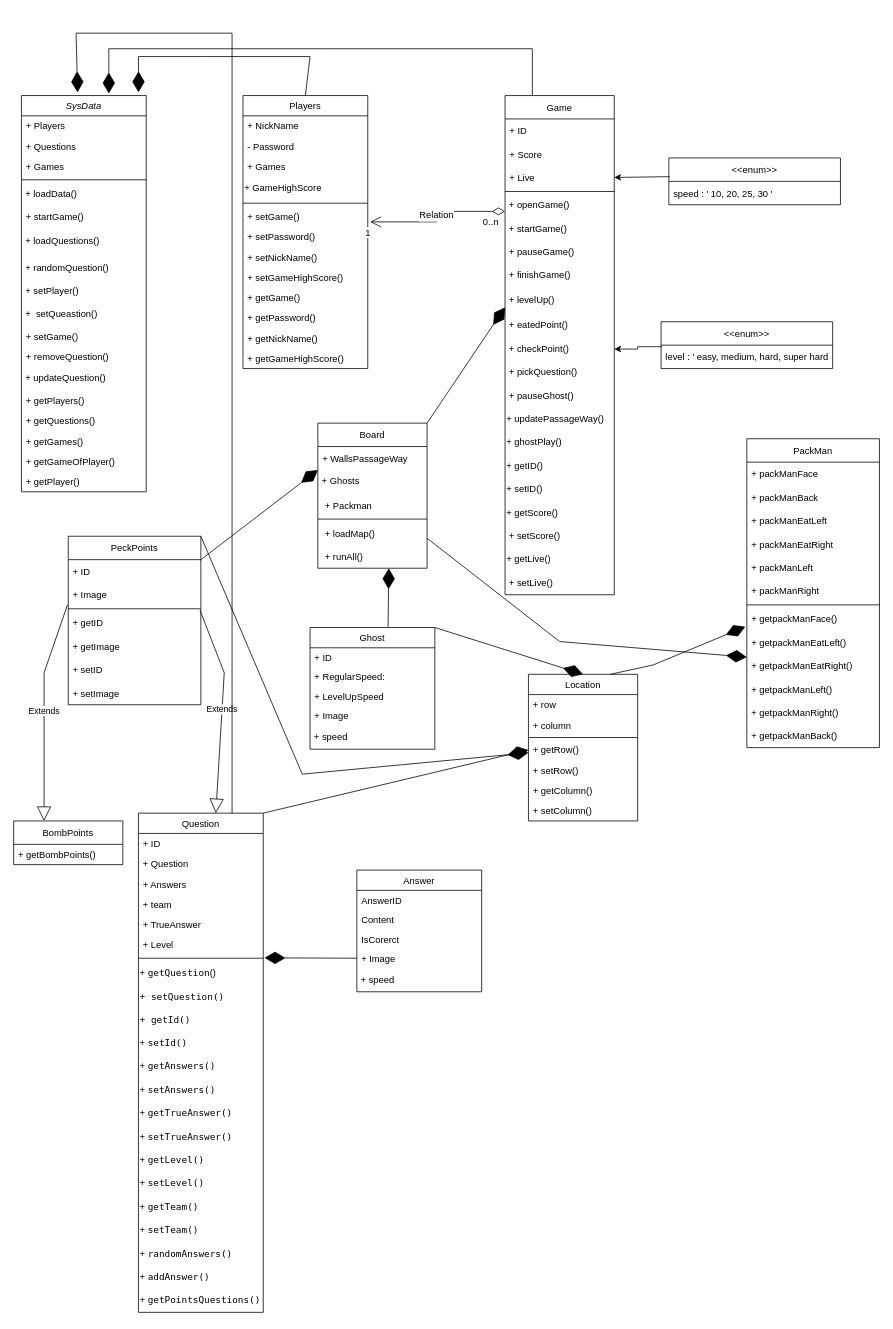
Earlier version of the draw.io diagram Untitled Diagram.drawio (muhammad197/Pack-Man). Source tidied: cells renumbered, new cells numbered last; positions are measured from the earlier drawing's top-left corner, leaving out a move shared by most shapes. Both pictures are drawn from the tidied source at 78%, with x=0, y=0 at pixel (13, 33).
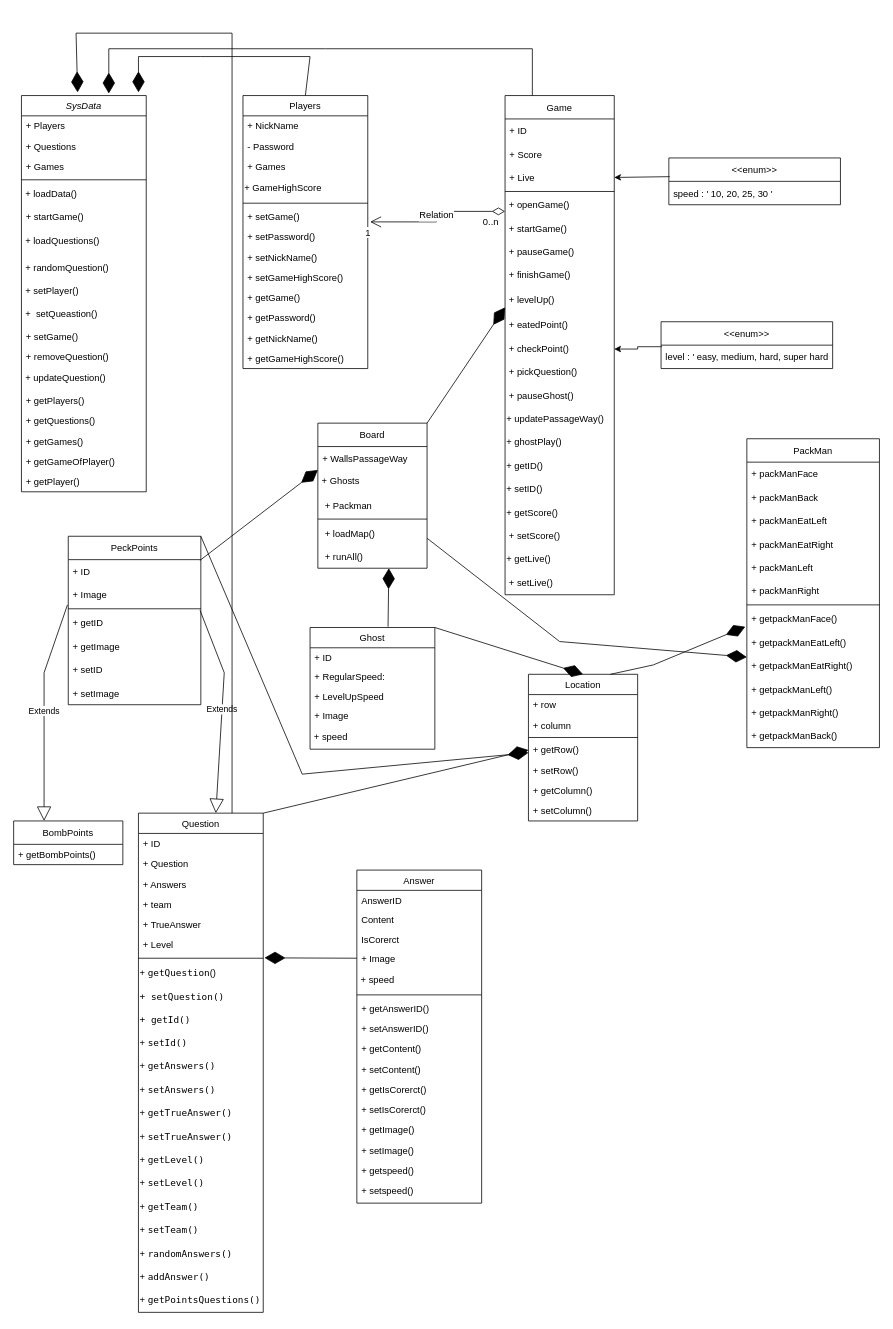
Above is the later version.

Diff of the diagram source:
```diff
@@
     <mxCell id="120" value="Answer" style="swimlane;fontStyle=0;align=center;verticalAlign=top;horizontal=1;startSize=26;rounded=0;shadow=0;strokeWidth=1;" parent="1" vertex="1">
-      <mxGeometry x="440" y="1073" width="160" height="156" as="geometry" />
+      <mxGeometry x="440" y="1073" width="160" height="427" as="geometry" />
     </mxCell>
@@
+    <mxCell id="154" style="line;html=1;strokeWidth=1;align=left;verticalAlign=middle;spacingTop=-1;spacingLeft=3;spacingRight=3;labelPosition=right;" parent="120" vertex="1">
+      <mxGeometry y="156" width="160" height="8" as="geometry" />
+    </mxCell>
+    <mxCell id="155" value="+ getAnswerID()" style="text;strokeColor=none;fillColor=none;align=left;verticalAlign=top;spacingLeft=4;spacingRight=4;overflow=hidden;" parent="120" vertex="1">
+      <mxGeometry y="164" width="160" height="26" as="geometry" />
+    </mxCell>
+    <mxCell id="156" value="+ setAnswerID()" style="text;strokeColor=none;fillColor=none;align=left;verticalAlign=top;spacingLeft=4;spacingRight=4;overflow=hidden;" parent="120" vertex="1">
+      <mxGeometry y="190" width="160" height="26" as="geometry" />
+    </mxCell>
+    <mxCell id="157" value="+ getContent()" style="text;strokeColor=none;fillColor=none;align=left;verticalAlign=top;spacingLeft=4;spacingRight=4;overflow=hidden;" parent="120" vertex="1">
+      <mxGeometry y="216" width="160" height="26" as="geometry" />
+    </mxCell>
+    <mxCell id="158" value="+ setContent()" style="text;strokeColor=none;fillColor=none;align=left;verticalAlign=top;spacingLeft=4;spacingRight=4;overflow=hidden;" parent="120" vertex="1">
+      <mxGeometry y="242" width="160" height="26" as="geometry" />
+    </mxCell>
+    <mxCell id="159" value="+ getIsCorerct()" style="text;strokeColor=none;fillColor=none;align=left;verticalAlign=top;spacingLeft=4;spacingRight=4;overflow=hidden;" parent="120" vertex="1">
+      <mxGeometry y="268" width="160" height="26" as="geometry" />
+    </mxCell>
+    <mxCell id="160" value="+ setIsCorerct()" style="text;strokeColor=none;fillColor=none;align=left;verticalAlign=top;spacingLeft=4;spacingRight=4;overflow=hidden;" parent="120" vertex="1">
+      <mxGeometry y="294" width="160" height="26" as="geometry" />
+    </mxCell>
+    <mxCell id="161" value="+ getImage()" style="text;strokeColor=none;fillColor=none;align=left;verticalAlign=top;spacingLeft=4;spacingRight=4;overflow=hidden;" parent="120" vertex="1">
+      <mxGeometry y="320" width="160" height="26" as="geometry" />
+    </mxCell>
+    <mxCell id="162" value="+ setImage()" style="text;strokeColor=none;fillColor=none;align=left;verticalAlign=top;spacingLeft=4;spacingRight=4;overflow=hidden;" parent="120" vertex="1">
+      <mxGeometry y="346" width="160" height="26" as="geometry" />
+    </mxCell>
+    <mxCell id="163" value="+ getspeed()" style="text;strokeColor=none;fillColor=none;align=left;verticalAlign=top;spacingLeft=4;spacingRight=4;overflow=hidden;" parent="120" vertex="1">
+      <mxGeometry y="372" width="160" height="26" as="geometry" />
+    </mxCell>
+    <mxCell id="164" value="+ setspeed()" style="text;strokeColor=none;fillColor=none;align=left;verticalAlign=top;spacingLeft=4;spacingRight=4;overflow=hidden;" parent="120" vertex="1">
+      <mxGeometry y="398" width="160" height="26" as="geometry" />
+    </mxCell>
```
